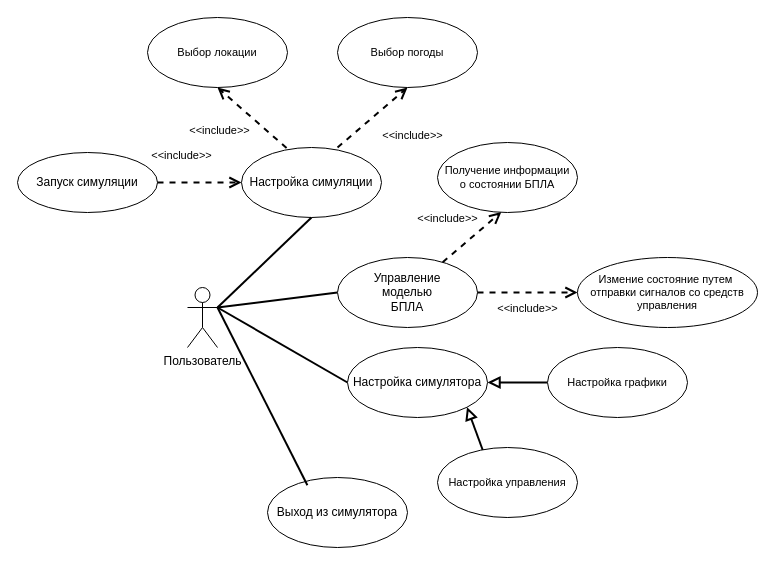
Above: PPS4.drawio in necoray/DrawIo (draw.io), before the change. Source tidied: cells renumbered, new cells numbered last; positions are measured from the earlier drawing's top-left corner, leaving out a move shared by most shapes. Both pictures are drawn from the tidied source at 100%, with x=0, y=0 at pixel (17, 17).
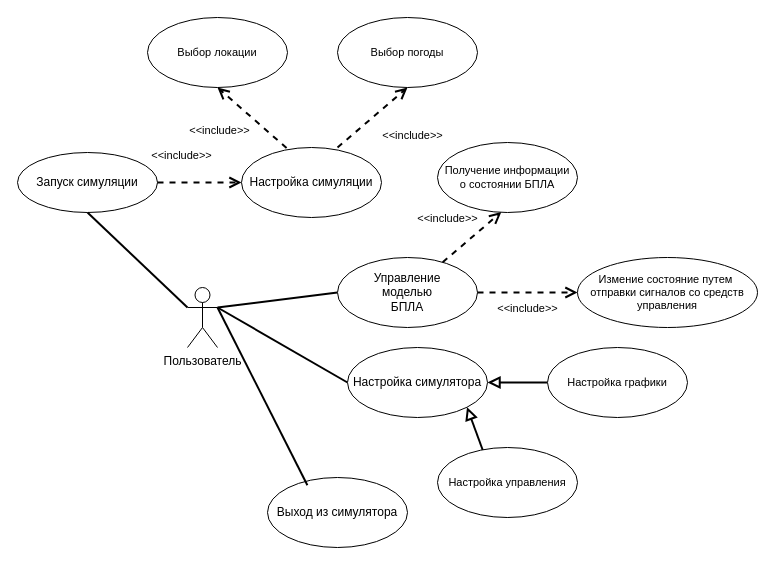
The same page after the edit.

The change refers to these unchanged cells:
```xml
<mxCell id="4" value="Пользователь" style="shape=umlActor;verticalLabelPosition=bottom;verticalAlign=top;html=1;" parent="1" vertex="1">
  <mxGeometry x="170" y="270" width="30" height="60" as="geometry" />
</mxCell>
<mxCell id="5" value="Настройка симуляции" style="ellipse;whiteSpace=wrap;html=1;" parent="1" vertex="1">
  <mxGeometry x="224" y="130" width="140" height="70" as="geometry" />
</mxCell>
<mxCell id="12" value="Запуск симуляции" style="ellipse;whiteSpace=wrap;html=1;" parent="1" vertex="1">
  <mxGeometry y="135" width="140" height="60" as="geometry" />
</mxCell>
```

What changed in the source:
```diff
@@
-    <mxCell id="20" style="edgeStyle=none;shape=connector;rounded=0;jettySize=auto;html=1;exitX=1;exitY=0.3333333333333333;exitDx=0;exitDy=0;exitPerimeter=0;entryX=0.5;entryY=1;entryDx=0;entryDy=0;strokeColor=default;strokeWidth=2;align=center;verticalAlign=bottom;fontFamily=Helvetica;fontSize=11;fontColor=default;labelBackgroundColor=none;startArrow=none;startFill=0;endArrow=none;endFill=0;endSize=8;" parent="1" edge="1" source="4" target="5">
+    <mxCell id="20" style="edgeStyle=none;shape=connector;rounded=0;jettySize=auto;html=1;exitX=0;exitY=0.3333333333333333;exitDx=0;exitDy=0;exitPerimeter=0;entryX=0.5;entryY=1;entryDx=0;entryDy=0;strokeColor=default;strokeWidth=2;align=center;verticalAlign=bottom;fontFamily=Helvetica;fontSize=11;fontColor=default;labelBackgroundColor=none;startArrow=none;startFill=0;endArrow=none;endFill=0;endSize=8;" parent="1" edge="1" source="4" target="12">
       <mxGeometry relative="1" as="geometry" />
     </mxCell>
```
